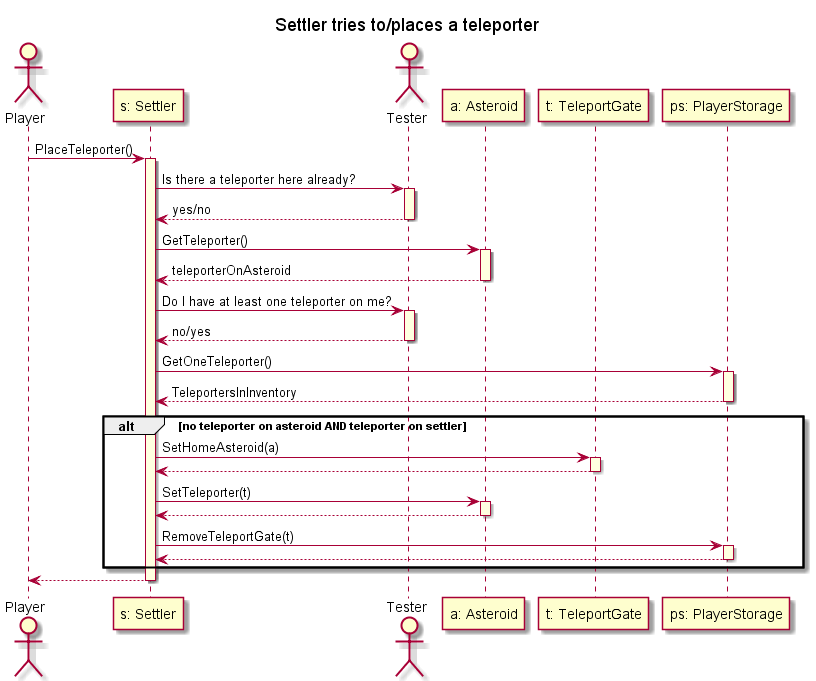
bbucsy/projlab_holy_oil keeps this PlantUML diagram as uml/out/placeteleport/Settler tries to places a teleporter.png. Above is the earlier version. The source it was exported from:
```plantuml
@startuml

skinparam SequenceLifeLineBackgroundColor LightYellow
title "Settler tries to/places a teleporter"
actor Player as player
participant "s: Settler" as settler
actor Tester as tester
participant "a: Asteroid" as asteroid
participant "t: TeleportGate" as teleport
participant "ps: PlayerStorage" as storage

player -> settler ++: PlaceTeleporter()
settler -> tester ++: Is there a teleporter here already?
tester --> settler --: yes/no
settler -> asteroid ++: GetTeleporter()
asteroid --> settler -- : teleporterOnAsteroid
settler -> tester ++: Do I have at least one teleporter on me?
tester --> settler --: no/yes
settler -> storage ++: GetOneTeleporter()
storage --> settler -- : TeleportersInInventory

alt no teleporter on asteroid AND teleporter on settler
    settler -> teleport ++: SetHomeAsteroid(a)
    teleport --> settler --
    settler -> asteroid ++: SetTeleporter(t)
    asteroid --> settler --
    settler -> storage ++: RemoveTeleportGate(t)
    storage --> settler --

end
settler --> player --

@enduml
```
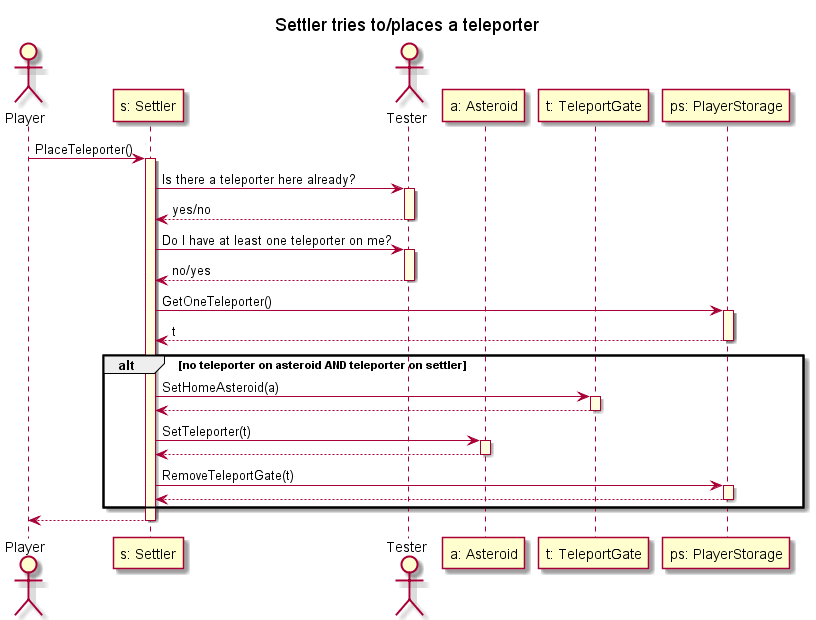
The same file after the commit.

Change to the diagram source:
```diff
@@ -12,12 +12,10 @@
 player -> settler ++: PlaceTeleporter()
 settler -> tester ++: Is there a teleporter here already?
 tester --> settler --: yes/no
-settler -> asteroid ++: GetTeleporter()
-asteroid --> settler -- : teleporterOnAsteroid
 settler -> tester ++: Do I have at least one teleporter on me?
 tester --> settler --: no/yes
 settler -> storage ++: GetOneTeleporter()
-storage --> settler -- : TeleportersInInventory
+storage --> settler -- : t
 
 alt no teleporter on asteroid AND teleporter on settler
     settler -> teleport ++: SetHomeAsteroid(a)
```
